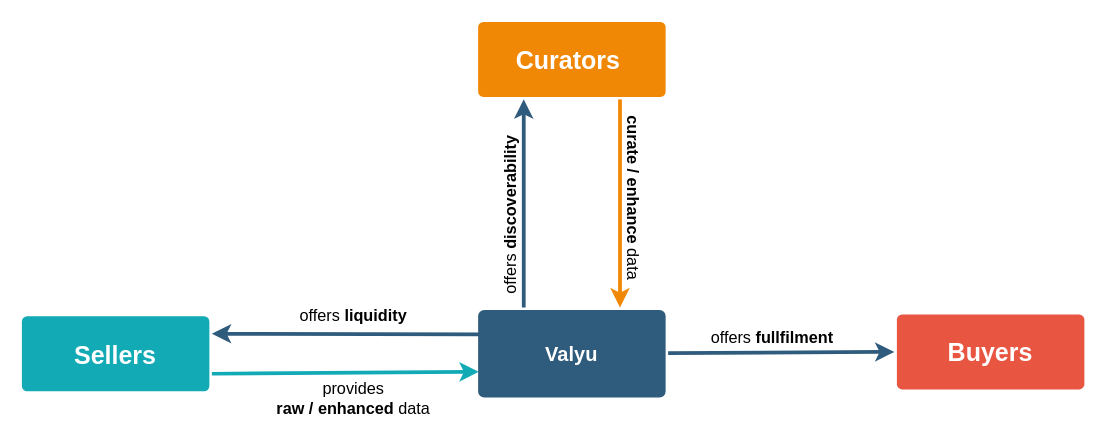
The draw.io diagram schemes/Valyu_agents_basic.drawio in zcabbub/tokenomics, before the edit. Source tidied: cells renumbered, new cells numbered last; positions are measured from the earlier drawing's top-left corner, leaving out a move shared by most shapes. Both pictures are drawn from the tidied source at 125%, with x=0, y=0 at pixel (21, 21).
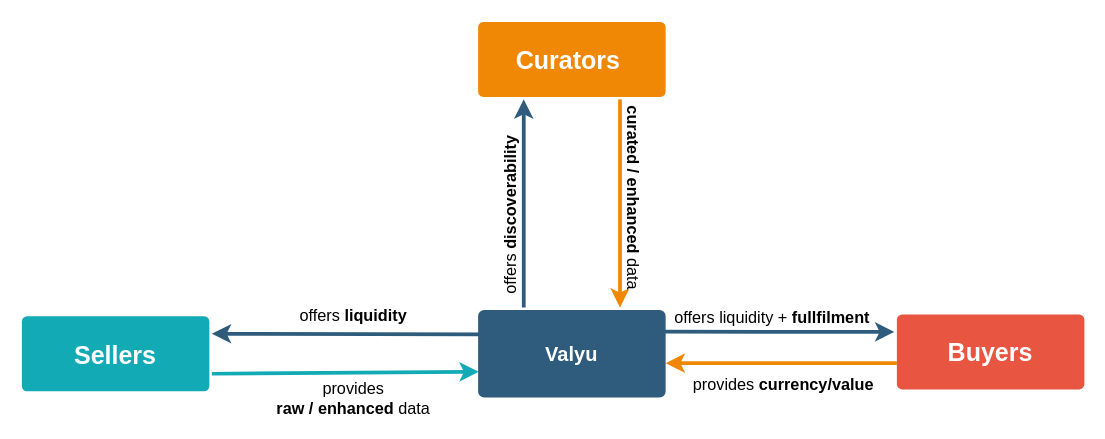
After the change.

The change refers to these unchanged cells:
```xml
<mxCell id="6" value="Valyu" style="rounded=1;whiteSpace=wrap;html=1;shadow=0;labelBackgroundColor=none;strokeColor=none;strokeWidth=3;fillColor=#2F5B7C;fontFamily=Helvetica;fontSize=16;fontColor=#FFFFFF;align=center;fontStyle=1;spacing=5;arcSize=7;perimeterSpacing=2;" parent="1" vertex="1">
  <mxGeometry x="365" y="230.5" width="150" height="70" as="geometry" />
</mxCell>
<mxCell id="8" style="edgeStyle=none;rounded=0;jumpStyle=none;html=1;shadow=0;labelBackgroundColor=none;startArrow=none;startFill=0;endArrow=classic;endFill=1;jettySize=auto;strokeColor=#F08705;strokeWidth=3;fontFamily=Helvetica;fontSize=14;fontColor=#FFFFFF;spacing=5;entryX=0.75;entryY=0;entryDx=0;entryDy=0;exitX=0.75;exitY=1;exitDx=0;exitDy=0;" parent="1" edge="1" source="7" target="6">
  <mxGeometry relative="1" as="geometry" />
</mxCell>
<mxCell id="11" value="&lt;font style=&quot;font-size: 20px;&quot;&gt;Buyers&lt;/font&gt;" style="rounded=1;whiteSpace=wrap;html=1;shadow=0;labelBackgroundColor=none;strokeColor=none;strokeWidth=3;fillColor=#e85642;fontFamily=Helvetica;fontSize=14;fontColor=#FFFFFF;align=center;spacing=5;fontStyle=1;arcSize=7;perimeterSpacing=2;" parent="1" vertex="1">
  <mxGeometry x="700" y="234" width="150" height="60" as="geometry" />
</mxCell>
```

The edit, as a diff of the source:
```diff
@@
-    <mxCell id="9" value="&lt;font style=&quot;font-size: 13px;&quot;&gt;&lt;b&gt;curate / enhance&lt;/b&gt; data&lt;/font&gt;" style="edgeLabel;html=1;align=center;verticalAlign=middle;rotation=90;" parent="8" vertex="1">
+    <mxCell id="9" value="&lt;font style=&quot;font-size: 13px;&quot;&gt;&lt;b&gt;curated / enhanced&lt;/b&gt; data&lt;/font&gt;" style="edgeLabel;html=1;align=center;verticalAlign=middle;rotation=90;" parent="8" vertex="1">
       <mxGeometry x="-0.14" y="-2" relative="1" as="geometry">
         <mxPoint x="14" y="6" as="offset" />
       </mxGeometry>
     </mxCell>
-    <mxCell id="10" style="edgeStyle=none;rounded=0;jumpStyle=none;html=1;shadow=0;labelBackgroundColor=none;startArrow=none;startFill=0;endArrow=classic;endFill=1;jettySize=auto;strokeColor=#2F5B7C;strokeWidth=3;fontFamily=Helvetica;fontSize=16;fontColor=#23445D;spacing=5;entryX=0;entryY=0.5;entryDx=0;entryDy=0;" parent="1" edge="1" source="6" target="11">
+    <mxCell id="10" style="edgeStyle=none;rounded=0;jumpStyle=none;html=1;shadow=0;labelBackgroundColor=none;startArrow=none;startFill=0;endArrow=classic;endFill=1;jettySize=auto;strokeColor=#2F5B7C;strokeWidth=3;fontFamily=Helvetica;fontSize=16;fontColor=#23445D;spacing=5;entryX=0;entryY=0.25;entryDx=0;entryDy=0;exitX=0.009;exitY=0.822;exitDx=0;exitDy=0;exitPerimeter=0;" parent="1" edge="1" source="13" target="11">
       <mxGeometry relative="1" as="geometry" />
     </mxCell>
@@
-    <mxCell id="13" value="&lt;font style=&quot;font-size: 13px;&quot;&gt;offers &lt;b&gt;fullfilment&lt;/b&gt;&lt;/font&gt;" style="text;html=1;align=center;verticalAlign=middle;points=[];strokeColor=none;fillColor=none;fontSize=18;" parent="1" vertex="1">
-      <mxGeometry x="540" y="230.5" width="120" height="40" as="geometry" />
+    <mxCell id="13" value="&lt;font style=&quot;font-size: 13px;&quot;&gt;offers liquidity +&amp;nbsp;&lt;b&gt;fullfilment&lt;/b&gt;&lt;/font&gt;" style="text;html=1;align=center;verticalAlign=middle;points=[];strokeColor=none;fillColor=none;fontSize=18;" parent="1" vertex="1">
+      <mxGeometry x="510" y="215" width="180" height="40" as="geometry" />
     </mxCell>
@@
+    <mxCell id="16" style="edgeStyle=none;rounded=0;jumpStyle=none;html=1;shadow=0;labelBackgroundColor=none;startArrow=none;startFill=0;endArrow=classic;endFill=1;jettySize=auto;orthogonalLoop=1;strokeColor=#F08705;strokeWidth=3;fontFamily=Helvetica;fontSize=14;fontColor=#FFFFFF;spacing=5;" parent="1" edge="1">
+      <mxGeometry relative="1" as="geometry">
+        <mxPoint x="700" y="273" as="sourcePoint" />
+        <mxPoint x="515" y="273" as="targetPoint" />
+      </mxGeometry>
+    </mxCell>
+    <mxCell id="17" value="&lt;span style=&quot;font-size: 13px;&quot;&gt;provides&lt;b&gt; currency/value&lt;/b&gt;&lt;/span&gt;" style="edgeLabel;html=1;align=center;verticalAlign=middle;rotation=0;" parent="16" vertex="1">
+      <mxGeometry x="-0.14" y="-2" relative="1" as="geometry">
+        <mxPoint x="-12" y="18" as="offset" />
+      </mxGeometry>
+    </mxCell>
```
